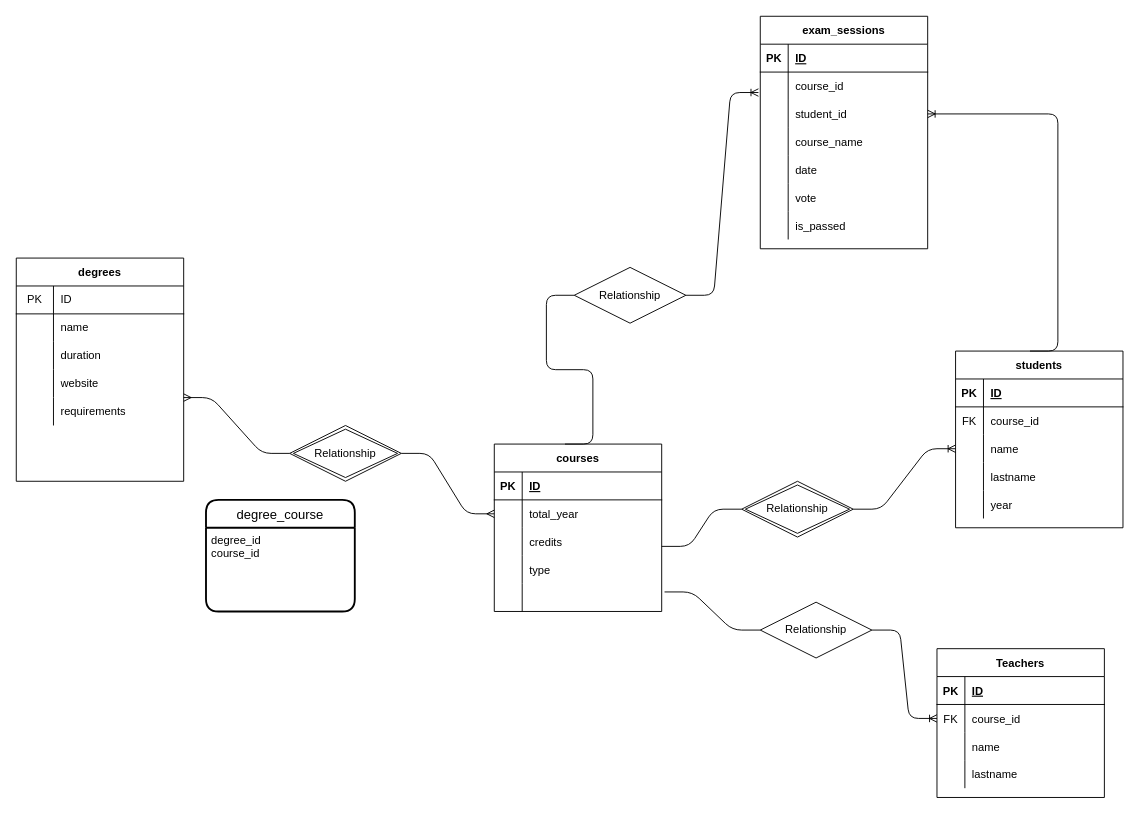
Before: db-university.drawio in NicolaL95/db-university, a draw.io diagram. Source tidied: cells renumbered, new cells numbered last; positions are measured from the earlier drawing's top-left corner, leaving out a move shared by most shapes. Both pictures are drawn from the tidied source at 93%, with x=0, y=0 at pixel (16, 16).
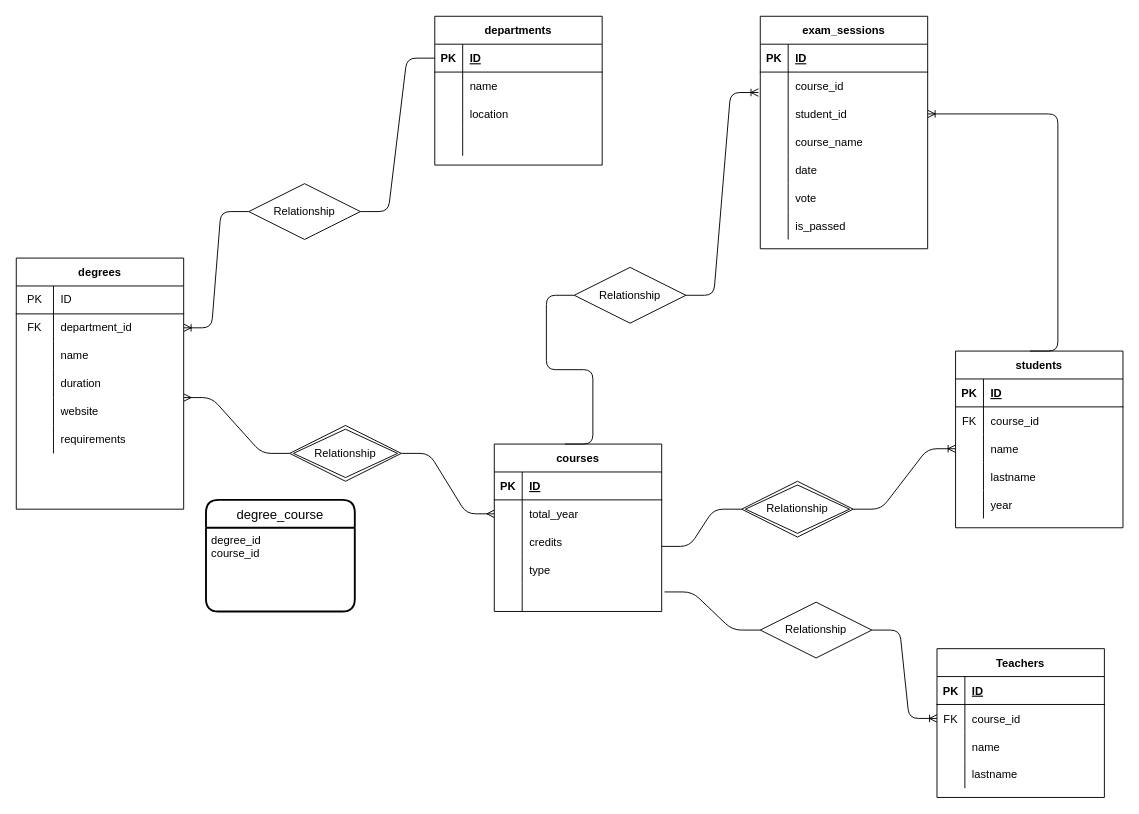
After the change.

Unchanged cells that the change refers to:
```xml
<mxCell id="6" style="shape=partialRectangle;html=1;whiteSpace=wrap;fillColor=none;top=0;left=0;bottom=0;right=0;points=[[0,0.5],[1,0.5]];portConstraint=eastwest;" parent="2" vertex="1">
  <mxGeometry y="60" width="180" height="30" as="geometry" />
</mxCell>
```

What changed in the source:
```diff
@@
     <mxCell id="2" value="degrees" style="shape=table;startSize=30;childLayout=tableLayout;rowLines=0;fontStyle=1;align=center;" parent="1" vertex="1">
-      <mxGeometry y="260" width="180" height="240" as="geometry" />
+      <mxGeometry y="260" width="180" height="270" as="geometry" />
     </mxCell>
@@
-    <mxCell id="7" style="shape=partialRectangle;html=1;whiteSpace=wrap;fillColor=none;top=0;left=0;bottom=0;right=0;overflow=hidden;" parent="6" vertex="1">
+    <mxCell id="7" value="FK" style="shape=partialRectangle;html=1;whiteSpace=wrap;fillColor=none;top=0;left=0;bottom=0;right=0;overflow=hidden;" parent="6" vertex="1">
       <mxGeometry width="40" height="30" as="geometry" />
     </mxCell>
-    <mxCell id="8" value="name" style="shape=partialRectangle;html=1;whiteSpace=wrap;fillColor=none;top=0;left=0;bottom=0;right=0;align=left;spacingLeft=6;overflow=hidden;" parent="6" vertex="1">
+    <mxCell id="8" value="department_id" style="shape=partialRectangle;html=1;whiteSpace=wrap;fillColor=none;top=0;left=0;bottom=0;right=0;align=left;spacingLeft=6;overflow=hidden;" parent="6" vertex="1">
       <mxGeometry x="40" width="140" height="30" as="geometry" />
     </mxCell>
+    <mxCell id="100" style="shape=partialRectangle;html=1;whiteSpace=wrap;fillColor=none;top=0;left=0;bottom=0;right=0;" parent="2" vertex="1">
+      <mxGeometry y="90" width="180" height="30" as="geometry" />
+    </mxCell>
+    <mxCell id="101" style="shape=partialRectangle;html=1;whiteSpace=wrap;fillColor=none;top=0;left=0;bottom=0;right=0;overflow=hidden;" parent="100" vertex="1">
+      <mxGeometry width="40" height="30" as="geometry" />
+    </mxCell>
+    <mxCell id="102" value="name" style="shape=partialRectangle;html=1;whiteSpace=wrap;fillColor=none;top=0;left=0;bottom=0;right=0;align=left;spacingLeft=6;overflow=hidden;" parent="100" vertex="1">
+      <mxGeometry x="40" width="140" height="30" as="geometry" />
+    </mxCell>
     <mxCell id="9" style="shape=partialRectangle;html=1;whiteSpace=wrap;fillColor=none;top=0;left=0;bottom=0;right=0;" parent="2" vertex="1">
-      <mxGeometry y="90" width="180" height="30" as="geometry" />
+      <mxGeometry y="120" width="180" height="30" as="geometry" />
     </mxCell>
@@
     <mxCell id="12" style="shape=partialRectangle;html=1;whiteSpace=wrap;fillColor=none;top=0;left=0;bottom=0;right=0;" parent="2" vertex="1">
-      <mxGeometry y="120" width="180" height="30" as="geometry" />
+      <mxGeometry y="150" width="180" height="30" as="geometry" />
     </mxCell>
@@
     <mxCell id="15" style="shape=partialRectangle;html=1;whiteSpace=wrap;fillColor=none;top=0;left=0;bottom=0;right=0;" parent="2" vertex="1">
-      <mxGeometry y="150" width="180" height="30" as="geometry" />
+      <mxGeometry y="180" width="180" height="30" as="geometry" />
     </mxCell>
@@
+    <mxCell id="103" value="departments" style="shape=table;startSize=30;childLayout=tableLayout;rowLines=0;fontStyle=1;align=center;" parent="1" vertex="1">
+      <mxGeometry x="450" width="180" height="160" as="geometry" />
+    </mxCell>
+    <mxCell id="104" style="shape=partialRectangle;fillColor=none;top=0;left=0;bottom=1;right=0;points=[[0,0.5],[1,0.5]];portConstraint=eastwest;" parent="103" vertex="1">
+      <mxGeometry y="30" width="180" height="30" as="geometry" />
+    </mxCell>
+    <mxCell id="105" value="PK" style="shape=partialRectangle;fillColor=none;top=0;left=0;bottom=0;right=0;fontStyle=1;overflow=hidden;" parent="104" vertex="1">
+      <mxGeometry width="30" height="30" as="geometry" />
+    </mxCell>
+    <mxCell id="106" value="ID" style="shape=partialRectangle;fillColor=none;top=0;left=0;bottom=0;right=0;align=left;spacingLeft=6;fontStyle=5;overflow=hidden;" parent="104" vertex="1">
+      <mxGeometry x="30" width="150" height="30" as="geometry" />
+    </mxCell>
+    <mxCell id="107" style="shape=partialRectangle;fillColor=none;top=0;left=0;bottom=0;right=0;" parent="103" vertex="1">
+      <mxGeometry y="60" width="180" height="30" as="geometry" />
+    </mxCell>
+    <mxCell id="108" style="shape=partialRectangle;fillColor=none;top=0;left=0;bottom=0;right=0;overflow=hidden;" parent="107" vertex="1">
+      <mxGeometry width="30" height="30" as="geometry" />
+    </mxCell>
+    <mxCell id="109" value="name" style="shape=partialRectangle;fillColor=none;top=0;left=0;bottom=0;right=0;align=left;spacingLeft=6;overflow=hidden;" parent="107" vertex="1">
+      <mxGeometry x="30" width="150" height="30" as="geometry" />
+    </mxCell>
+    <mxCell id="110" style="shape=partialRectangle;fillColor=none;top=0;left=0;bottom=0;right=0;" parent="103" vertex="1">
+      <mxGeometry y="90" width="180" height="30" as="geometry" />
+    </mxCell>
+    <mxCell id="111" style="shape=partialRectangle;fillColor=none;top=0;left=0;bottom=0;right=0;overflow=hidden;" parent="110" vertex="1">
+      <mxGeometry width="30" height="30" as="geometry" />
+    </mxCell>
+    <mxCell id="112" value="location" style="shape=partialRectangle;fillColor=none;top=0;left=0;bottom=0;right=0;align=left;spacingLeft=6;overflow=hidden;" parent="110" vertex="1">
+      <mxGeometry x="30" width="150" height="30" as="geometry" />
+    </mxCell>
+    <mxCell id="113" style="shape=partialRectangle;fillColor=none;top=0;left=0;bottom=0;right=0;" parent="103" vertex="1">
+      <mxGeometry y="120" width="180" height="30" as="geometry" />
+    </mxCell>
+    <mxCell id="114" style="shape=partialRectangle;fillColor=none;top=0;left=0;bottom=0;right=0;overflow=hidden;" parent="113" vertex="1">
+      <mxGeometry width="30" height="30" as="geometry" />
+    </mxCell>
+    <mxCell id="115" style="shape=partialRectangle;fillColor=none;top=0;left=0;bottom=0;right=0;align=left;spacingLeft=6;overflow=hidden;" parent="113" vertex="1">
+      <mxGeometry x="30" width="150" height="30" as="geometry" />
+    </mxCell>
+    <mxCell id="116" style="edgeStyle=entityRelationEdgeStyle;fontSize=12;html=1;endArrow=ERoneToMany;entryX=1;entryY=0.5;entryDx=0;entryDy=0;exitX=0;exitY=0.5;exitDx=0;exitDy=0;startArrow=none;" parent="1" edge="1" source="117" target="6">
+      <mxGeometry relative="1" as="geometry" />
+    </mxCell>
+    <mxCell id="117" value="Relationship" style="shape=rhombus;perimeter=rhombusPerimeter;whiteSpace=wrap;html=1;align=center;" parent="1" vertex="1">
+      <mxGeometry x="250" y="180" width="120" height="60" as="geometry" />
+    </mxCell>
+    <mxCell id="118" style="edgeStyle=entityRelationEdgeStyle;fontSize=12;html=1;endArrow=none;entryX=1;entryY=0.5;entryDx=0;entryDy=0;exitX=0;exitY=0.5;exitDx=0;exitDy=0;" parent="1" edge="1" source="104" target="117">
+      <mxGeometry relative="1" as="geometry" />
+    </mxCell>
```
